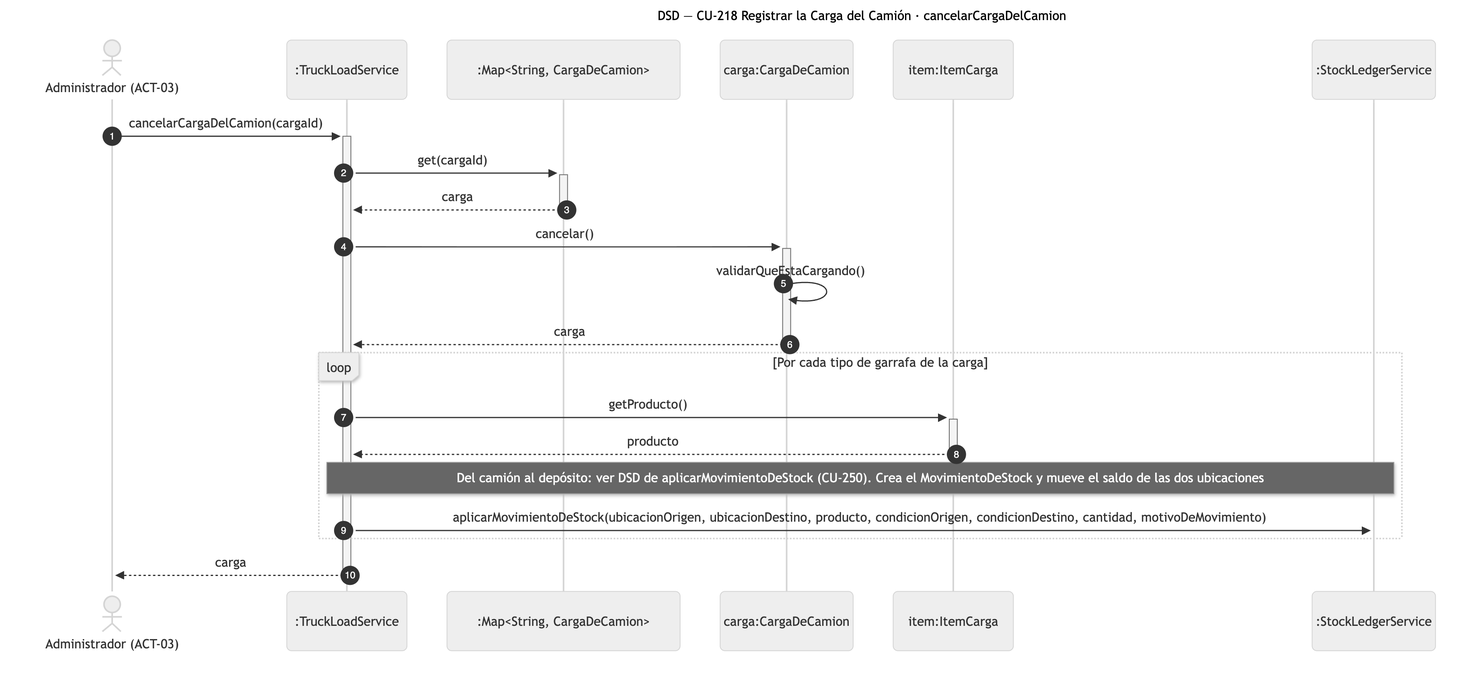
The Mermaid diagram diagramas/png/DSD_CU-218_cancelarCargaDelCamion.png in Nahuelito-Dev/splg-docs, before a commit. Its source is kept beside it as diagramas/DSD_CU-218_cancelarCargaDelCamion.mmd.
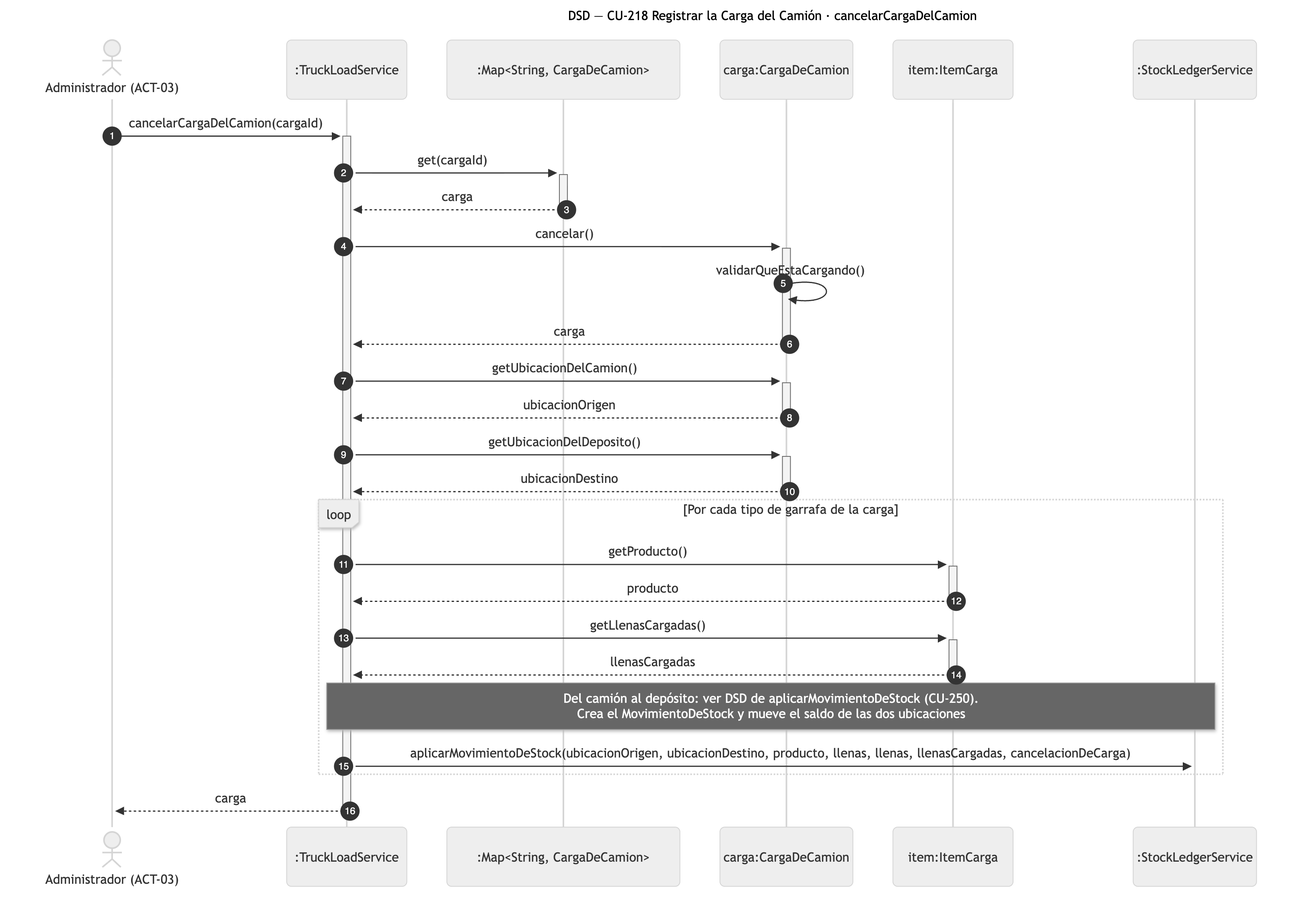
The same diagram one commit later.

What changed in the source:
```diff
@@ -14,10 +14,16 @@
     SRV->>+CAR: cancelar()
     CAR->>CAR: validarQueEstaCargando()
     CAR-->>-SRV: carga
+    SRV->>+CAR: getUbicacionDelCamion()
+    CAR-->>-SRV: ubicacionOrigen
+    SRV->>+CAR: getUbicacionDelDeposito()
+    CAR-->>-SRV: ubicacionDestino
     loop Por cada tipo de garrafa de la carga
         SRV->>+ICA: getProducto()
         ICA-->>-SRV: producto
-        Note over SRV,LED: Del camión al depósito: ver DSD de aplicarMovimientoDeStock (CU-250). Crea el MovimientoDeStock y mueve el saldo de las dos ubicaciones
-        SRV->>LED: aplicarMovimientoDeStock(ubicacionOrigen, ubicacionDestino, producto, condicionOrigen, condicionDestino, cantidad, motivoDeMovimiento)
+        SRV->>+ICA: getLlenasCargadas()
+        ICA-->>-SRV: llenasCargadas
+        Note over SRV,LED: Del camión al depósito: ver DSD de aplicarMovimientoDeStock (CU-250).<br/>Crea el MovimientoDeStock y mueve el saldo de las dos ubicaciones
+        SRV->>LED: aplicarMovimientoDeStock(ubicacionOrigen, ubicacionDestino, producto, llenas, llenas, llenasCargadas, cancelacionDeCarga)
     end
     SRV-->>-ADM: carga
```
